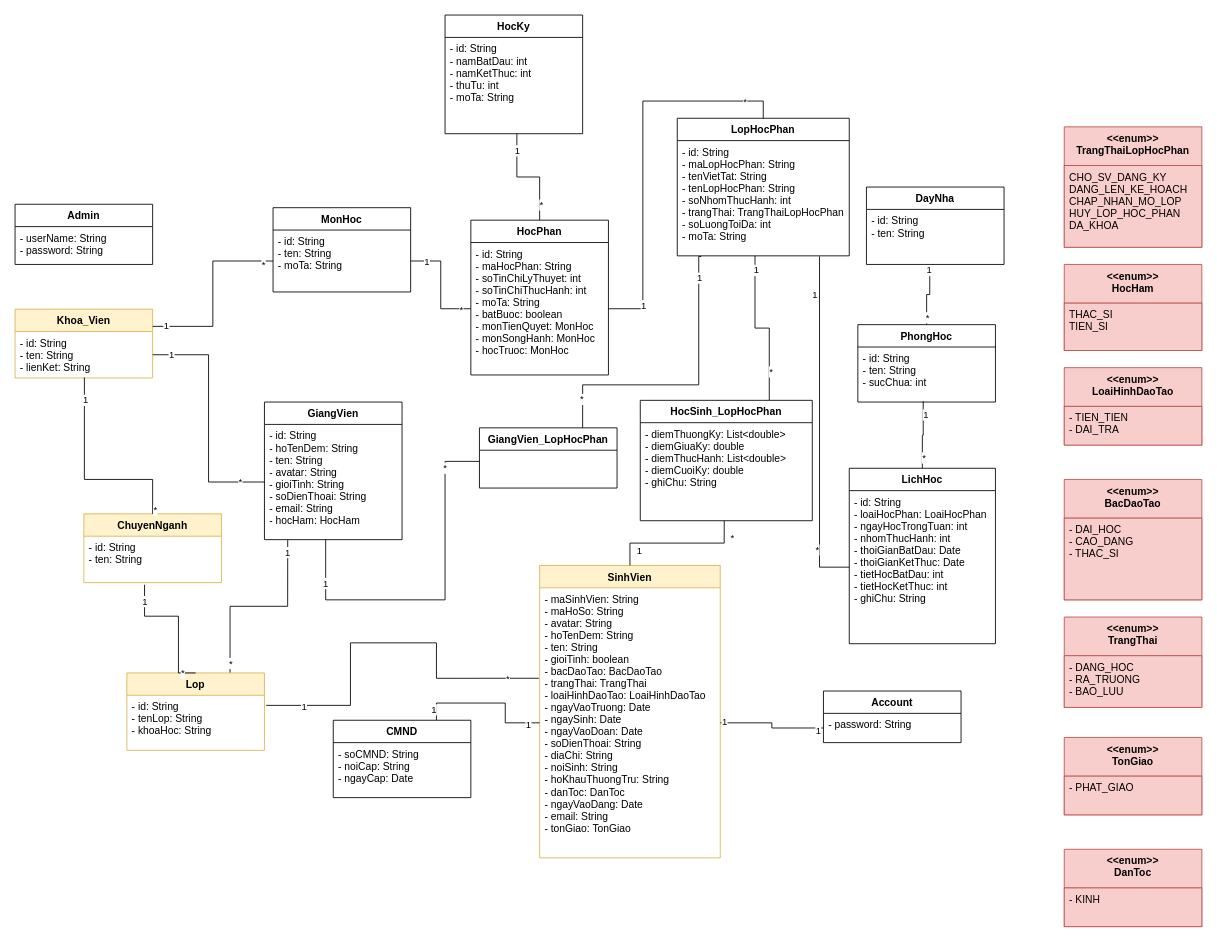
This is CMN_Class.drawio from duchoan6814/Truong-Duc-Hoan, a draw.io file, before an edit. Source tidied: cells renumbered, new cells numbered last; positions are measured from the earlier drawing's top-left corner, leaving out a move shared by most shapes. Both pictures are drawn from the tidied source at 86%, with x=0, y=0 at pixel (15, 15).
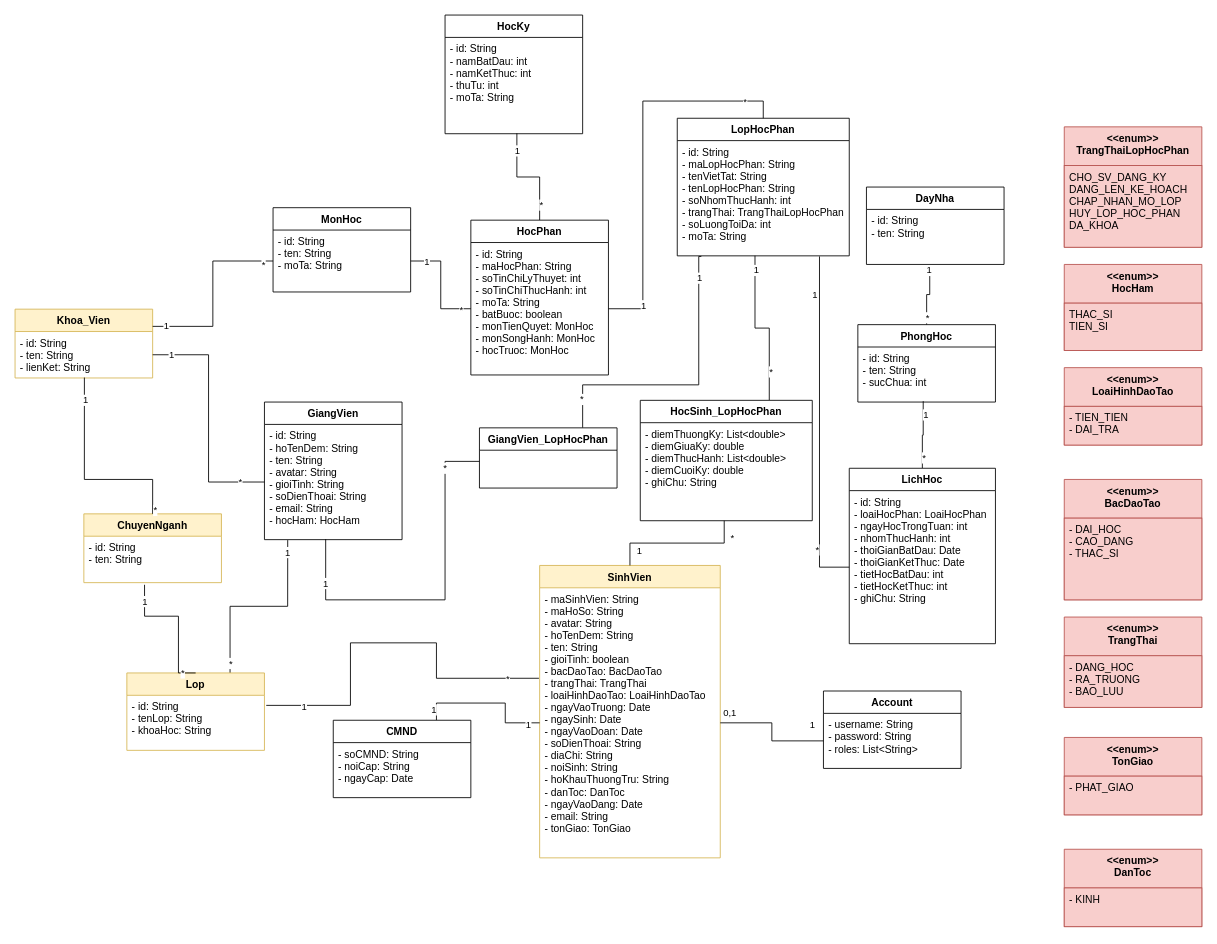
Above is the later version.

Unchanged cells that the change refers to:
```xml
<mxCell id="44" style="edgeStyle=orthogonalEdgeStyle;rounded=0;jettySize=auto;html=1;exitX=0;exitY=0.5;exitDx=0;exitDy=0;entryX=1;entryY=0.5;entryDx=0;entryDy=0;endArrow=none;endFill=0;" parent="1" edge="1" source="48" target="3">
  <mxGeometry relative="1" as="geometry" />
</mxCell>
```

The edit, as a diff of the source:
```diff
@@
     <mxCell id="45" value="1" style="edgeLabel;html=1;align=center;verticalAlign=middle;" parent="44" vertex="1">
-      <mxGeometry x="-0.89" y="2" relative="1" as="geometry" />
+      <mxGeometry x="-0.89" y="2" relative="1" as="geometry">
+        <mxPoint x="-6" y="-21" as="offset" />
+      </mxGeometry>
     </mxCell>
-    <mxCell id="46" value="1" style="edgeLabel;html=1;align=center;verticalAlign=middle;" parent="44" vertex="1">
-      <mxGeometry x="0.94" y="-2" relative="1" as="geometry" />
+    <mxCell id="46" value="0,1" style="edgeLabel;html=1;align=center;verticalAlign=middle;" parent="44" vertex="1">
+      <mxGeometry x="0.94" y="-2" relative="1" as="geometry">
+        <mxPoint x="6" y="-11" as="offset" />
+      </mxGeometry>
     </mxCell>
     <mxCell id="47" value="Account" style="swimlane;fontStyle=1;align=center;verticalAlign=top;horizontal=1;startSize=26;" parent="1" vertex="1">
-      <mxGeometry x="940" y="786" width="160" height="60" as="geometry" />
+      <mxGeometry x="940" y="786" width="160" height="90" as="geometry" />
     </mxCell>
-    <mxCell id="48" value="- password: String" style="text;strokeColor=none;fillColor=none;align=left;verticalAlign=top;spacingLeft=4;spacingRight=4;overflow=hidden;points=[[0,0.5],[1,0.5]];portConstraint=eastwest;" parent="47" vertex="1">
-      <mxGeometry y="26" width="160" height="34" as="geometry" />
+    <mxCell id="48" value="- username: String&#10;- password: String&#10;- roles: List&lt;String&gt;" style="text;strokeColor=none;fillColor=none;align=left;verticalAlign=top;spacingLeft=4;spacingRight=4;overflow=hidden;points=[[0,0.5],[1,0.5]];portConstraint=eastwest;" parent="47" vertex="1">
+      <mxGeometry y="26" width="160" height="64" as="geometry" />
     </mxCell>
@@
-    <mxCell id="64" value="Admin" style="swimlane;fontStyle=1;align=center;verticalAlign=top;horizontal=1;startSize=26;" parent="1" vertex="1">
-      <mxGeometry y="220" width="160" height="70" as="geometry" />
-    </mxCell>
-    <mxCell id="65" value="- userName: String&#10;- password: String" style="text;strokeColor=none;fillColor=none;align=left;verticalAlign=top;spacingLeft=4;spacingRight=4;overflow=hidden;" parent="64" vertex="1">
-      <mxGeometry y="26" width="160" height="44" as="geometry" />
-    </mxCell>
```
